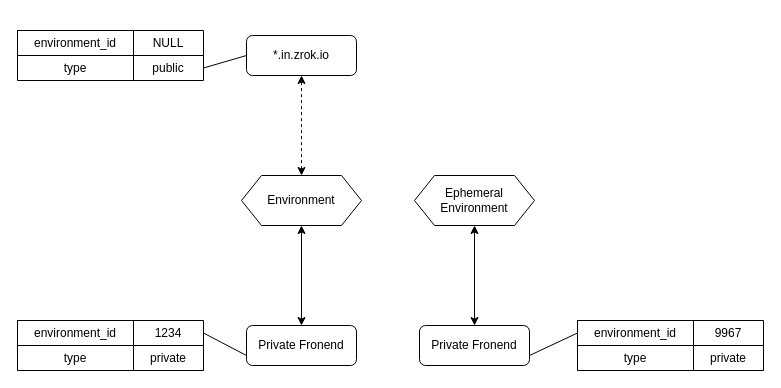
The draw.io diagram docs/images/zrok_frontends_v0.3.drawio in openziti/zrok, before the edit. Source tidied: cells renumbered, new cells numbered last; positions are measured from the earlier drawing's top-left corner, leaving out a move shared by most shapes. Both pictures are drawn from the tidied source at 100%, with x=0, y=0 at pixel (17, 30).
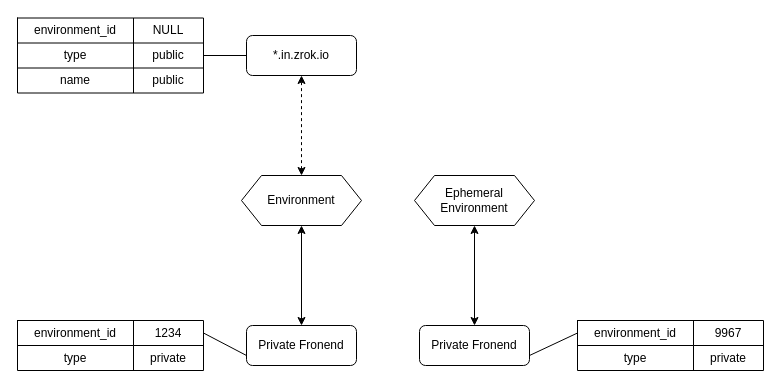
After the change.

Commit message (it also covers changes not shown here):
frontends diagram update; (#20)

The edit, as a diff of the source:
```diff
@@
     <mxCell id="10" style="shape=table;startSize=0;childLayout=tableLayout;" parent="1" vertex="1">
-      <mxGeometry width="186" height="50" as="geometry" />
+      <mxGeometry y="-12.5" width="186" height="75" as="geometry" />
     </mxCell>
@@
+    <mxCell id="34" style="shape=tableRow;horizontal=0;startSize=0;swimlaneHead=0;swimlaneBody=0;top=0;left=0;bottom=0;right=0;fillColor=none;" parent="10" vertex="1">
+      <mxGeometry y="50" width="186" height="25" as="geometry" />
+    </mxCell>
+    <mxCell id="35" value="name" style="shape=partialRectangle;html=1;whiteSpace=wrap;overflow=hidden;fillColor=none;top=0;left=0;bottom=0;right=0;" parent="34" vertex="1">
+      <mxGeometry width="116" height="25" as="geometry" />
+    </mxCell>
+    <mxCell id="36" value="public" style="shape=partialRectangle;html=1;whiteSpace=wrap;overflow=hidden;fillColor=none;top=0;left=0;bottom=0;right=0;" parent="34" vertex="1">
+      <mxGeometry x="116" width="70" height="25" as="geometry" />
+    </mxCell>
```
